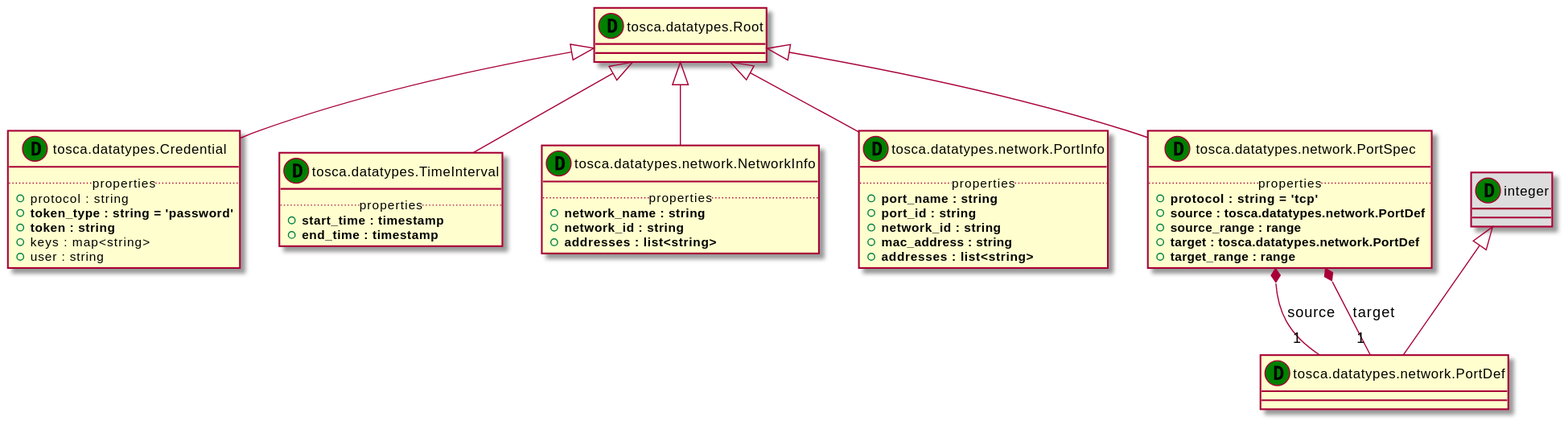
Earlier version of the PlantUML export examples/tosca-community-contributions/diagrams/uml2/profiles-org.oasis-open-simple-1.1-data-uml2-class-diagram.svg (Orange-OpenSource/Cloudnet-TOSCA-toolbox). Its diagram source:
```plantuml
@startuml
set namespaceSeparator none
class "tosca.datatypes.Root" as tosca_datatypes_Root_DT << (D,green) >> {
}
class "tosca.datatypes.Credential" as tosca_datatypes_Credential_DT << (D,green) >> {
.. properties ..
+protocol : string
+<b>token_type : string = 'password'
+<b>token : string
+keys : map<string>
+user : string
}
class "tosca.datatypes.TimeInterval" as tosca_datatypes_TimeInterval_DT << (D,green) >> {
.. properties ..
+<b>start_time : timestamp
+<b>end_time : timestamp
}
class "tosca.datatypes.network.NetworkInfo" as tosca_datatypes_network_NetworkInfo_DT << (D,green) >> {
.. properties ..
+<b>network_name : string
+<b>network_id : string
+<b>addresses : list<string>
}
class "tosca.datatypes.network.PortInfo" as tosca_datatypes_network_PortInfo_DT << (D,green) >> {
.. properties ..
+<b>port_name : string
+<b>port_id : string
+<b>network_id : string
+<b>mac_address : string
+<b>addresses : list<string>
}
class "integer" as integer_DT << (D,green) >> #DDDDDD
class "tosca.datatypes.network.PortDef" as tosca_datatypes_network_PortDef_DT << (D,green) >> {
}
class "tosca.datatypes.network.PortSpec" as tosca_datatypes_network_PortSpec_DT << (D,green) >> {
.. properties ..
+<b>protocol : string = 'tcp'
+<b>source : tosca.datatypes.network.PortDef
+<b>source_range : range
+<b>target : tosca.datatypes.network.PortDef
+<b>target_range : range
}
tosca_datatypes_Root_DT <|-- tosca_datatypes_Credential_DT
tosca_datatypes_Root_DT <|-- tosca_datatypes_TimeInterval_DT
tosca_datatypes_Root_DT <|-- tosca_datatypes_network_NetworkInfo_DT
tosca_datatypes_Root_DT <|-- tosca_datatypes_network_PortInfo_DT
integer_DT <|-- tosca_datatypes_network_PortDef_DT
tosca_datatypes_Root_DT <|-- tosca_datatypes_network_PortSpec_DT
tosca_datatypes_network_PortSpec_DT *-- "1" tosca_datatypes_network_PortDef_DT : source
tosca_datatypes_network_PortSpec_DT *-- "1" tosca_datatypes_network_PortDef_DT : target
@enduml
```
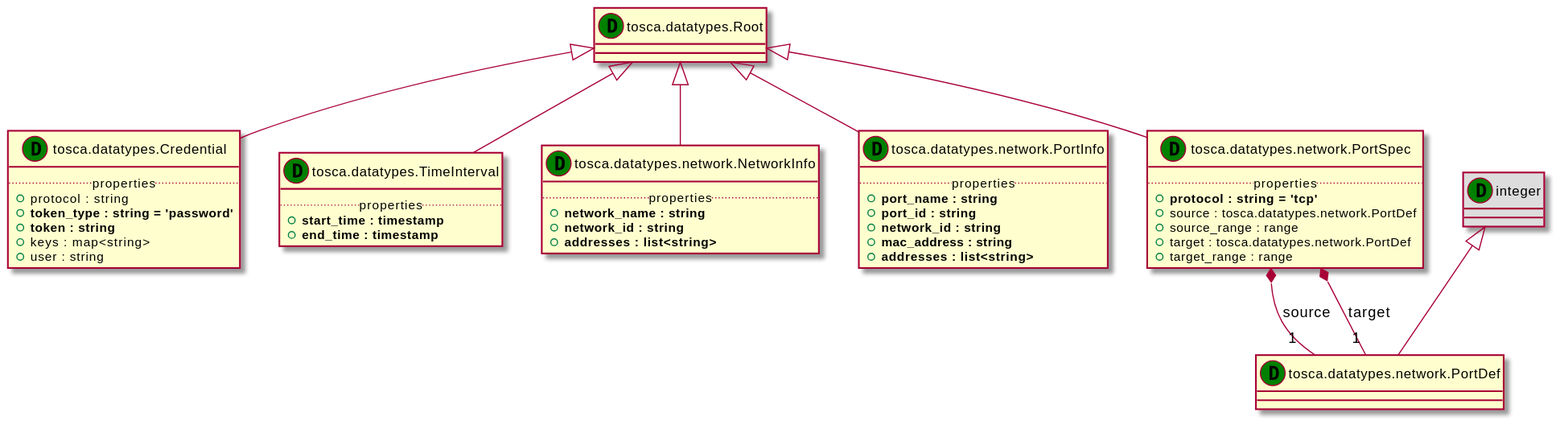
After the commit.

Change to the diagram source:
```diff
@@ -35,10 +35,10 @@
 class "tosca.datatypes.network.PortSpec" as tosca_datatypes_network_PortSpec_DT << (D,green) >> {
 .. properties ..
 +<b>protocol : string = 'tcp'
-+<b>source : tosca.datatypes.network.PortDef
-+<b>source_range : range
-+<b>target : tosca.datatypes.network.PortDef
-+<b>target_range : range
++source : tosca.datatypes.network.PortDef
++source_range : range
++target : tosca.datatypes.network.PortDef
++target_range : range
 }
 tosca_datatypes_Root_DT <|-- tosca_datatypes_Credential_DT
 tosca_datatypes_Root_DT <|-- tosca_datatypes_TimeInterval_DT
```
